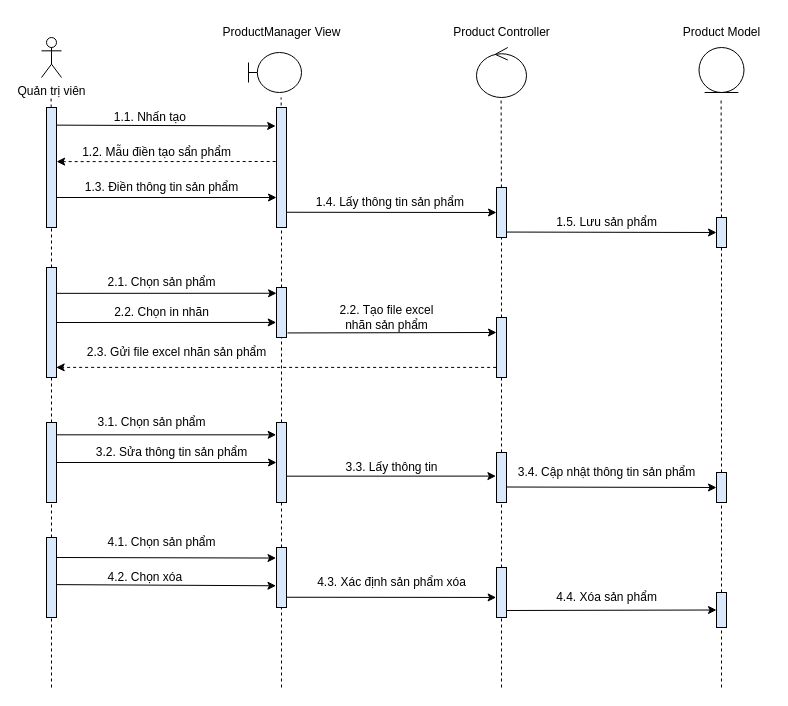
Above: Nam3_HK1/CNPM_SoftTech/Sequence Diagrams/Quân Huỳnh/SD_QuảnLíSảnPhẩm.drawio in EdgarIgnite16/SGU-Course (draw.io), before the change. Source tidied: cells renumbered, new cells numbered last; positions are measured from the earlier drawing's top-left corner, leaving out a move shared by most shapes. Both pictures are drawn from the tidied source at 100%, with x=0, y=0 at pixel (41, 17).
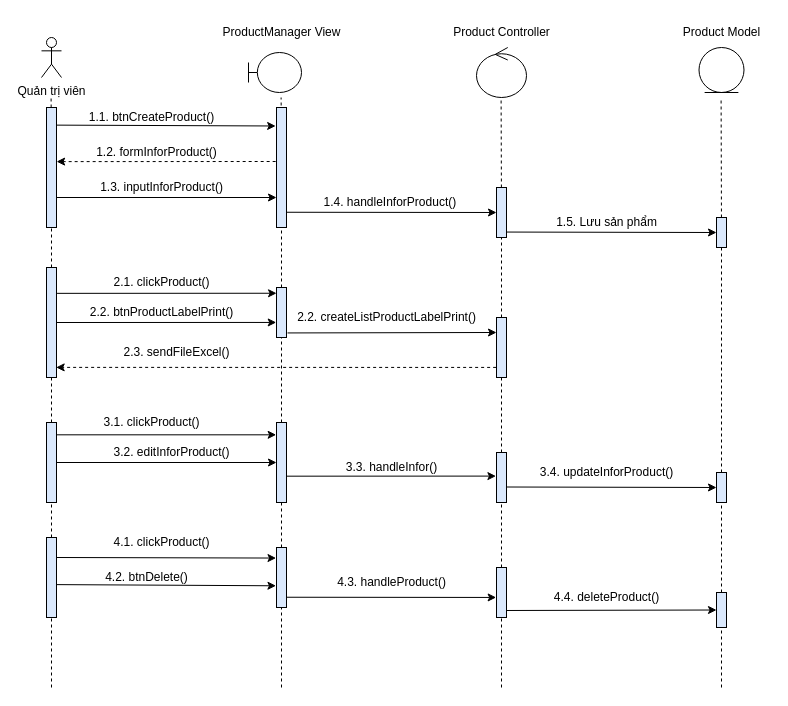
Above is the later version.

The edit, as a diff of the source:
```diff
@@
-    <mxCell id="11" value="1.1. Nhấn tạo&amp;nbsp;" style="text;html=1;align=center;verticalAlign=middle;strokeColor=none;fillColor=none;" parent="1" vertex="1">
-      <mxGeometry x="60" y="85" width="100" height="30" as="geometry" />
+    <mxCell id="11" value="1.1. btnCreateProduct()" style="text;html=1;align=center;verticalAlign=middle;strokeColor=none;fillColor=none;" parent="1" vertex="1">
+      <mxGeometry x="40" y="90" width="140" height="20" as="geometry" />
     </mxCell>
@@
-    <mxCell id="25" value="1.2. Mẫu điền tạo sẩn phẩm" style="text;html=1;align=center;verticalAlign=middle;strokeColor=none;fillColor=none;fontSize=12;" parent="1" vertex="1">
-      <mxGeometry x="30" y="120" width="170" height="30" as="geometry" />
+    <mxCell id="25" value="1.2. formInforProduct()" style="text;html=1;align=center;verticalAlign=middle;strokeColor=none;fillColor=none;fontSize=12;" parent="1" vertex="1">
+      <mxGeometry x="45" y="125" width="140" height="20" as="geometry" />
     </mxCell>
@@
-    <mxCell id="27" value="1.3. Điền thông tin sản phẩm" style="text;html=1;align=center;verticalAlign=middle;strokeColor=none;fillColor=none;fontSize=12;" parent="1" vertex="1">
-      <mxGeometry x="30" y="155" width="180" height="30" as="geometry" />
+    <mxCell id="27" value="1.3. inputInforProduct()" style="text;html=1;align=center;verticalAlign=middle;strokeColor=none;fillColor=none;fontSize=12;" parent="1" vertex="1">
+      <mxGeometry x="50" y="160" width="140" height="20" as="geometry" />
     </mxCell>
@@
-    <mxCell id="29" value="1.4. Lấy thông tin sản phẩm&amp;nbsp;" style="text;html=1;align=center;verticalAlign=middle;strokeColor=none;fillColor=none;fontSize=12;" parent="1" vertex="1">
-      <mxGeometry x="265" y="170" width="170" height="30" as="geometry" />
+    <mxCell id="29" value="1.4. handleInforProduct()&amp;nbsp;" style="text;html=1;align=center;verticalAlign=middle;strokeColor=none;fillColor=none;fontSize=12;" parent="1" vertex="1">
+      <mxGeometry x="275" y="175" width="150" height="20" as="geometry" />
     </mxCell>
@@
-    <mxCell id="37" value="2.1. Chọn sản phẩm" style="text;html=1;align=center;verticalAlign=middle;strokeColor=none;fillColor=none;fontSize=12;" parent="1" vertex="1">
-      <mxGeometry x="55" y="250" width="130" height="30" as="geometry" />
+    <mxCell id="37" value="2.1. clickProduct()" style="text;html=1;align=center;verticalAlign=middle;strokeColor=none;fillColor=none;fontSize=12;" parent="1" vertex="1">
+      <mxGeometry x="65" y="255" width="110" height="20" as="geometry" />
     </mxCell>
@@
-    <mxCell id="41" value="2.2. Tạo file excel &lt;br&gt;nhãn sản phẩm" style="text;html=1;align=center;verticalAlign=middle;strokeColor=none;fillColor=none;" parent="1" vertex="1">
-      <mxGeometry x="285" y="280" width="120" height="40" as="geometry" />
+    <mxCell id="41" value="2.2. createListProductLabelPrint()" style="text;html=1;align=center;verticalAlign=middle;strokeColor=none;fillColor=none;" parent="1" vertex="1">
+      <mxGeometry x="250" y="290" width="190" height="20" as="geometry" />
     </mxCell>
@@
-    <mxCell id="43" value="2.3. Gửi file excel nhãn sản phẩm" style="text;html=1;align=center;verticalAlign=middle;strokeColor=none;fillColor=none;" parent="1" vertex="1">
-      <mxGeometry x="35" y="320" width="200" height="30" as="geometry" />
+    <mxCell id="43" value="2.3. sendFileExcel()" style="text;html=1;align=center;verticalAlign=middle;strokeColor=none;fillColor=none;" parent="1" vertex="1">
+      <mxGeometry x="75" y="325" width="120" height="20" as="geometry" />
     </mxCell>
@@
-    <mxCell id="49" value="3.1. Chọn sản phẩm" style="text;html=1;align=center;verticalAlign=middle;strokeColor=none;fillColor=none;" parent="1" vertex="1">
-      <mxGeometry x="45" y="390" width="130" height="30" as="geometry" />
+    <mxCell id="49" value="3.1. clickProduct()" style="text;html=1;align=center;verticalAlign=middle;strokeColor=none;fillColor=none;" parent="1" vertex="1">
+      <mxGeometry x="55" y="395" width="110" height="20" as="geometry" />
     </mxCell>
@@
-    <mxCell id="51" value="3.2. Sửa thông tin sản phẩm" style="text;html=1;align=center;verticalAlign=middle;strokeColor=none;fillColor=none;" parent="1" vertex="1">
-      <mxGeometry x="45" y="420" width="170" height="30" as="geometry" />
+    <mxCell id="51" value="3.2. editInforProduct()" style="text;html=1;align=center;verticalAlign=middle;strokeColor=none;fillColor=none;" parent="1" vertex="1">
+      <mxGeometry x="65" y="425" width="130" height="20" as="geometry" />
     </mxCell>
@@
-    <mxCell id="55" value="3.3. Lấy thông tin" style="text;html=1;align=center;verticalAlign=middle;strokeColor=none;fillColor=none;" parent="1" vertex="1">
-      <mxGeometry x="290" y="435" width="120" height="30" as="geometry" />
+    <mxCell id="55" value="3.3. handleInfor()" style="text;html=1;align=center;verticalAlign=middle;strokeColor=none;fillColor=none;" parent="1" vertex="1">
+      <mxGeometry x="295" y="440" width="110" height="20" as="geometry" />
     </mxCell>
@@
-    <mxCell id="59" value="3.4. Cập nhật thông tin sản phẩm" style="text;html=1;align=center;verticalAlign=middle;strokeColor=none;fillColor=none;" parent="1" vertex="1">
-      <mxGeometry x="465" y="440" width="200" height="30" as="geometry" />
+    <mxCell id="59" value="3.4. updateInforProduct()" style="text;html=1;align=center;verticalAlign=middle;strokeColor=none;fillColor=none;" parent="1" vertex="1">
+      <mxGeometry x="490" y="445" width="150" height="20" as="geometry" />
     </mxCell>
@@
-    <mxCell id="61" value="2.2. Chọn in nhãn" style="text;html=1;align=center;verticalAlign=middle;strokeColor=none;fillColor=none;" parent="1" vertex="1">
-      <mxGeometry x="60" y="280" width="120" height="30" as="geometry" />
+    <mxCell id="61" value="2.2. btnProductLabelPrint()" style="text;html=1;align=center;verticalAlign=middle;strokeColor=none;fillColor=none;" parent="1" vertex="1">
+      <mxGeometry x="40" y="285" width="160" height="20" as="geometry" />
     </mxCell>
@@
-    <mxCell id="66" value="4.1. Chọn sản phẩm" style="text;html=1;align=center;verticalAlign=middle;strokeColor=none;fillColor=none;" parent="1" vertex="1">
-      <mxGeometry x="55" y="510" width="130" height="30" as="geometry" />
+    <mxCell id="66" value="4.1. clickProduct()" style="text;html=1;align=center;verticalAlign=middle;strokeColor=none;fillColor=none;" parent="1" vertex="1">
+      <mxGeometry x="65" y="515" width="110" height="20" as="geometry" />
     </mxCell>
@@
-    <mxCell id="68" value="4.2. Chọn xóa&amp;nbsp;" style="text;html=1;align=center;verticalAlign=middle;strokeColor=none;fillColor=none;" parent="1" vertex="1">
-      <mxGeometry x="55" y="545" width="100" height="30" as="geometry" />
+    <mxCell id="68" value="4.2. btnDelete()" style="text;html=1;align=center;verticalAlign=middle;strokeColor=none;fillColor=none;" parent="1" vertex="1">
+      <mxGeometry x="55" y="550" width="100" height="20" as="geometry" />
     </mxCell>
@@
-    <mxCell id="70" value="4.3. Xác định sản phẩm xóa" style="text;html=1;align=center;verticalAlign=middle;strokeColor=none;fillColor=none;" parent="1" vertex="1">
-      <mxGeometry x="265" y="550" width="170" height="30" as="geometry" />
+    <mxCell id="70" value="4.3. handleProduct()" style="text;html=1;align=center;verticalAlign=middle;strokeColor=none;fillColor=none;" parent="1" vertex="1">
+      <mxGeometry x="290" y="555" width="120" height="20" as="geometry" />
     </mxCell>
@@
-    <mxCell id="74" value="4.4. Xóa sản phẩm" style="text;html=1;align=center;verticalAlign=middle;strokeColor=none;fillColor=none;" parent="1" vertex="1">
-      <mxGeometry x="505" y="565" width="120" height="30" as="geometry" />
+    <mxCell id="74" value="4.4. deleteProduct()" style="text;html=1;align=center;verticalAlign=middle;strokeColor=none;fillColor=none;" parent="1" vertex="1">
+      <mxGeometry x="505" y="570" width="120" height="20" as="geometry" />
     </mxCell>
```
